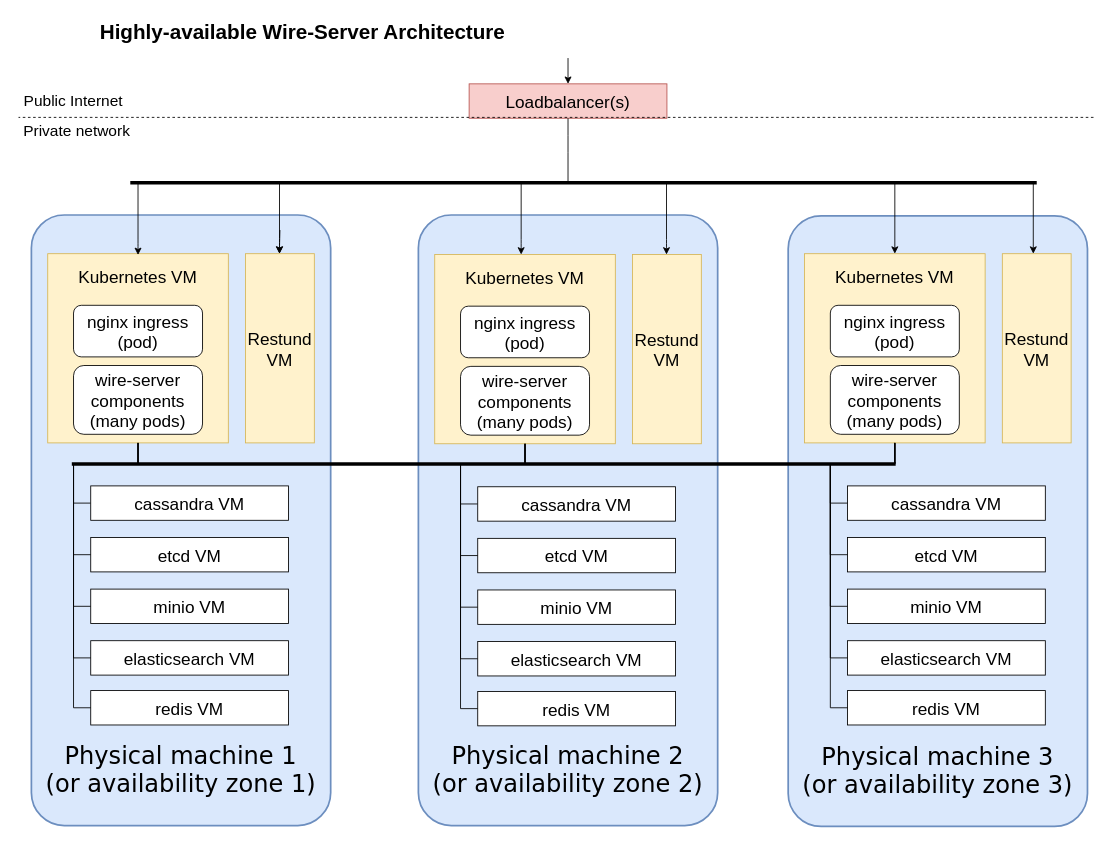
Earlier version of the draw.io diagram source/how-to/install/img/architecture-server-ha.drawio (wireapp/wire-docs). Source tidied: cells renumbered, new cells numbered last; positions are measured from the earlier drawing's top-left corner, leaving out a move shared by most shapes. Both pictures are drawn from the tidied source at 86%, with x=0, y=0 at pixel (15, 15).
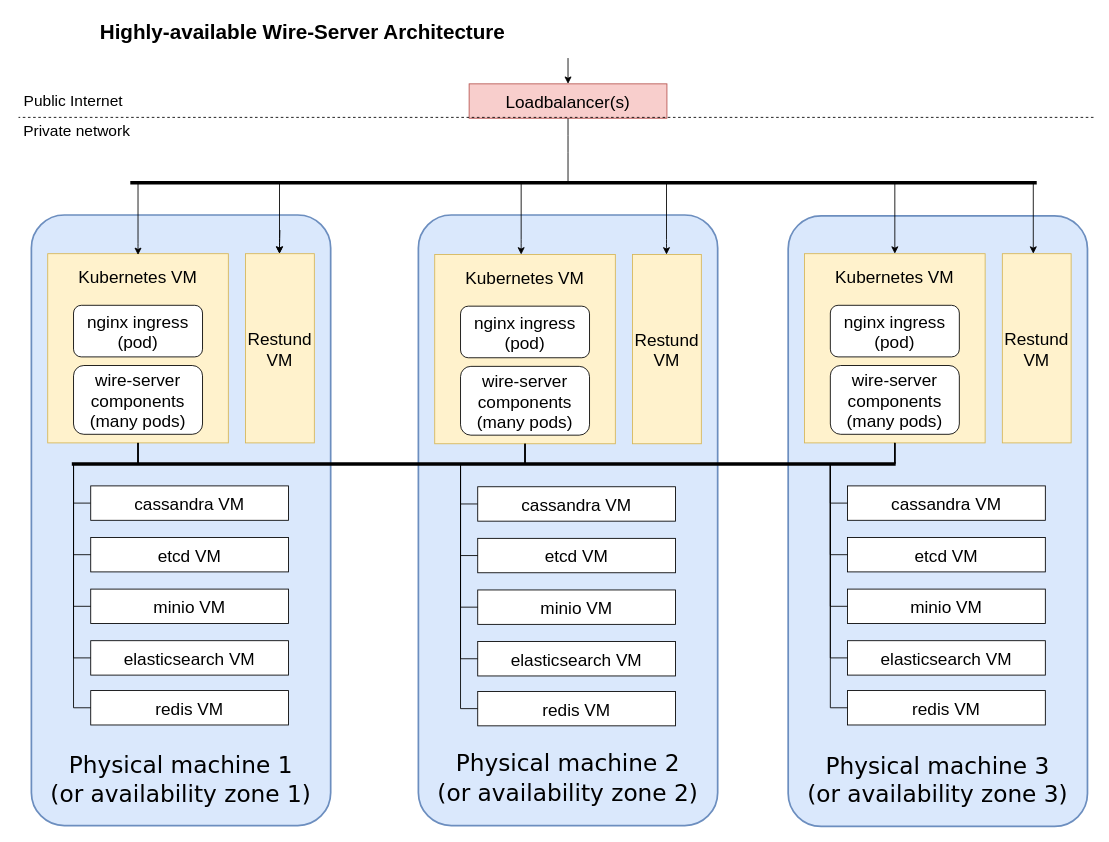
After the change.

The edit, as a diff of the source:
```diff
@@
-    <mxCell id="3" value="&lt;br&gt;&lt;div&gt;&lt;br&gt;&lt;/div&gt;&lt;div&gt;&lt;br&gt;&lt;/div&gt;&lt;div&gt;&lt;br&gt;&lt;/div&gt;&lt;div&gt;&lt;br&gt;&lt;/div&gt;&lt;div&gt;&lt;br&gt;&lt;/div&gt;&lt;div&gt;&lt;br&gt;&lt;/div&gt;&lt;div&gt;&lt;br&gt;&lt;/div&gt;&lt;div&gt;&lt;br&gt;&lt;/div&gt;&lt;div&gt;&lt;br&gt;&lt;/div&gt;&lt;div&gt;&lt;br&gt;&lt;/div&gt;&lt;div&gt;&lt;br&gt;&lt;/div&gt;&lt;div&gt;&lt;br&gt;&lt;/div&gt;&lt;div&gt;&lt;br&gt;&lt;/div&gt;&lt;div&gt;&lt;br&gt;&lt;/div&gt;&lt;div&gt;&lt;br&gt;&lt;/div&gt;&lt;div&gt;&lt;br&gt;&lt;/div&gt;&lt;div&gt;&lt;br&gt;&lt;/div&gt;&lt;div&gt;Physical machine 1&lt;/div&gt;(or availability zone 1)" style="rounded=1;whiteSpace=wrap;html=1;shadow=0;comic=0;strokeColor=#6c8ebf;strokeWidth=2;fillColor=#dae8fc;fontFamily=Verdana;fontSize=28;align=center;arcSize=11;verticalAlign=top;" parent="1" vertex="1">
+    <mxCell id="3" value="&lt;font style=&quot;font-size: 27px&quot;&gt;&lt;br&gt;&lt;/font&gt;&lt;div style=&quot;font-size: 27px&quot;&gt;&lt;font style=&quot;font-size: 27px&quot;&gt;&lt;br&gt;&lt;/font&gt;&lt;/div&gt;&lt;div style=&quot;font-size: 27px&quot;&gt;&lt;font style=&quot;font-size: 27px&quot;&gt;&lt;br&gt;&lt;/font&gt;&lt;/div&gt;&lt;div style=&quot;font-size: 27px&quot;&gt;&lt;font style=&quot;font-size: 27px&quot;&gt;&lt;br&gt;&lt;/font&gt;&lt;/div&gt;&lt;div style=&quot;font-size: 27px&quot;&gt;&lt;font style=&quot;font-size: 27px&quot;&gt;&lt;br&gt;&lt;/font&gt;&lt;/div&gt;&lt;div style=&quot;font-size: 27px&quot;&gt;&lt;font style=&quot;font-size: 27px&quot;&gt;&lt;br&gt;&lt;/font&gt;&lt;/div&gt;&lt;div style=&quot;font-size: 27px&quot;&gt;&lt;font style=&quot;font-size: 27px&quot;&gt;&lt;br&gt;&lt;/font&gt;&lt;/div&gt;&lt;div style=&quot;font-size: 27px&quot;&gt;&lt;font style=&quot;font-size: 27px&quot;&gt;&lt;br&gt;&lt;/font&gt;&lt;/div&gt;&lt;div style=&quot;font-size: 27px&quot;&gt;&lt;font style=&quot;font-size: 27px&quot;&gt;&lt;br&gt;&lt;/font&gt;&lt;/div&gt;&lt;div style=&quot;font-size: 27px&quot;&gt;&lt;font style=&quot;font-size: 27px&quot;&gt;&lt;br&gt;&lt;/font&gt;&lt;/div&gt;&lt;div style=&quot;font-size: 27px&quot;&gt;&lt;font style=&quot;font-size: 27px&quot;&gt;&lt;br&gt;&lt;/font&gt;&lt;/div&gt;&lt;div style=&quot;font-size: 27px&quot;&gt;&lt;font style=&quot;font-size: 27px&quot;&gt;&lt;br&gt;&lt;/font&gt;&lt;/div&gt;&lt;div style=&quot;font-size: 27px&quot;&gt;&lt;font style=&quot;font-size: 27px&quot;&gt;&lt;br&gt;&lt;/font&gt;&lt;/div&gt;&lt;div style=&quot;font-size: 27px&quot;&gt;&lt;font style=&quot;font-size: 27px&quot;&gt;&lt;br&gt;&lt;/font&gt;&lt;/div&gt;&lt;div style=&quot;font-size: 27px&quot;&gt;&lt;font style=&quot;font-size: 27px&quot;&gt;&lt;br&gt;&lt;/font&gt;&lt;/div&gt;&lt;div style=&quot;font-size: 27px&quot;&gt;&lt;font style=&quot;font-size: 27px&quot;&gt;&lt;br&gt;&lt;/font&gt;&lt;/div&gt;&lt;div style=&quot;font-size: 27px&quot;&gt;&lt;font style=&quot;font-size: 27px&quot;&gt;&lt;br&gt;&lt;/font&gt;&lt;/div&gt;&lt;div style=&quot;font-size: 27px&quot;&gt;&lt;font style=&quot;font-size: 27px&quot;&gt;&lt;br&gt;&lt;/font&gt;&lt;/div&gt;&lt;div style=&quot;font-size: 27px&quot;&gt;&lt;font style=&quot;font-size: 27px&quot;&gt;&lt;br&gt;&lt;/font&gt;&lt;/div&gt;&lt;div style=&quot;font-size: 27px&quot;&gt;&lt;font style=&quot;font-size: 27px&quot;&gt;Physical machine 1&lt;/font&gt;&lt;/div&gt;&lt;font style=&quot;font-size: 27px&quot;&gt;(or availability zone 1)&lt;/font&gt;" style="rounded=1;whiteSpace=wrap;html=1;shadow=0;comic=0;strokeColor=#6c8ebf;strokeWidth=2;fillColor=#dae8fc;fontFamily=Verdana;fontSize=28;align=center;arcSize=11;verticalAlign=top;" parent="1" vertex="1">
       <mxGeometry x="19" y="232.5" width="348" height="710" as="geometry" />
     </mxCell>
@@
-    <mxCell id="18" value="&lt;div&gt;&lt;br&gt;&lt;/div&gt;&lt;div&gt;&lt;br&gt;&lt;/div&gt;&lt;div&gt;&lt;br&gt;&lt;/div&gt;&lt;div&gt;&lt;br&gt;&lt;/div&gt;&lt;div&gt;&lt;br&gt;&lt;/div&gt;&lt;div&gt;&lt;br&gt;&lt;/div&gt;&lt;div&gt;&lt;br&gt;&lt;/div&gt;&lt;div&gt;&lt;br&gt;&lt;/div&gt;&lt;div&gt;&lt;br&gt;&lt;/div&gt;&lt;div&gt;&lt;br&gt;&lt;/div&gt;&lt;div&gt;&lt;br&gt;&lt;/div&gt;&lt;div&gt;&lt;br&gt;&lt;/div&gt;&lt;div&gt;&lt;br&gt;&lt;/div&gt;&lt;div&gt;&lt;br&gt;&lt;/div&gt;&lt;div&gt;&lt;br&gt;&lt;/div&gt;&lt;div&gt;&lt;br&gt;&lt;/div&gt;&lt;div&gt;&lt;br&gt;&lt;/div&gt;&lt;div&gt;&lt;br&gt;&lt;/div&gt;&lt;div&gt;Physical machine 2&lt;/div&gt;(or availability zone 2)" style="rounded=1;whiteSpace=wrap;html=1;shadow=0;comic=0;strokeColor=#6c8ebf;strokeWidth=2;fillColor=#dae8fc;fontFamily=Verdana;fontSize=28;align=center;arcSize=11;verticalAlign=top;" parent="1" vertex="1">
+    <mxCell id="18" value="&lt;div style=&quot;font-size: 27px&quot;&gt;&lt;font style=&quot;font-size: 27px&quot;&gt;&lt;br&gt;&lt;/font&gt;&lt;/div&gt;&lt;div style=&quot;font-size: 27px&quot;&gt;&lt;font style=&quot;font-size: 27px&quot;&gt;&lt;br&gt;&lt;/font&gt;&lt;/div&gt;&lt;div style=&quot;font-size: 27px&quot;&gt;&lt;font style=&quot;font-size: 27px&quot;&gt;&lt;br&gt;&lt;/font&gt;&lt;/div&gt;&lt;div style=&quot;font-size: 27px&quot;&gt;&lt;font style=&quot;font-size: 27px&quot;&gt;&lt;br&gt;&lt;/font&gt;&lt;/div&gt;&lt;div style=&quot;font-size: 27px&quot;&gt;&lt;font style=&quot;font-size: 27px&quot;&gt;&lt;br&gt;&lt;/font&gt;&lt;/div&gt;&lt;div style=&quot;font-size: 27px&quot;&gt;&lt;font style=&quot;font-size: 27px&quot;&gt;&lt;br&gt;&lt;/font&gt;&lt;/div&gt;&lt;div style=&quot;font-size: 27px&quot;&gt;&lt;font style=&quot;font-size: 27px&quot;&gt;&lt;br&gt;&lt;/font&gt;&lt;/div&gt;&lt;div style=&quot;font-size: 27px&quot;&gt;&lt;font style=&quot;font-size: 27px&quot;&gt;&lt;br&gt;&lt;/font&gt;&lt;/div&gt;&lt;div style=&quot;font-size: 27px&quot;&gt;&lt;font style=&quot;font-size: 27px&quot;&gt;&lt;br&gt;&lt;/font&gt;&lt;/div&gt;&lt;div style=&quot;font-size: 27px&quot;&gt;&lt;font style=&quot;font-size: 27px&quot;&gt;&lt;br&gt;&lt;/font&gt;&lt;/div&gt;&lt;div style=&quot;font-size: 27px&quot;&gt;&lt;font style=&quot;font-size: 27px&quot;&gt;&lt;br&gt;&lt;/font&gt;&lt;/div&gt;&lt;div style=&quot;font-size: 27px&quot;&gt;&lt;font style=&quot;font-size: 27px&quot;&gt;&lt;br&gt;&lt;/font&gt;&lt;/div&gt;&lt;div style=&quot;font-size: 27px&quot;&gt;&lt;font style=&quot;font-size: 27px&quot;&gt;&lt;br&gt;&lt;/font&gt;&lt;/div&gt;&lt;div style=&quot;font-size: 27px&quot;&gt;&lt;font style=&quot;font-size: 27px&quot;&gt;&lt;br&gt;&lt;/font&gt;&lt;/div&gt;&lt;div style=&quot;font-size: 27px&quot;&gt;&lt;font style=&quot;font-size: 27px&quot;&gt;&lt;br&gt;&lt;/font&gt;&lt;/div&gt;&lt;div style=&quot;font-size: 27px&quot;&gt;&lt;font style=&quot;font-size: 27px&quot;&gt;&lt;br&gt;&lt;/font&gt;&lt;/div&gt;&lt;div style=&quot;font-size: 27px&quot;&gt;&lt;font style=&quot;font-size: 27px&quot;&gt;&lt;br&gt;&lt;/font&gt;&lt;/div&gt;&lt;div style=&quot;font-size: 27px&quot;&gt;&lt;font style=&quot;font-size: 27px&quot;&gt;&lt;br&gt;&lt;/font&gt;&lt;/div&gt;&lt;div style=&quot;font-size: 27px&quot;&gt;&lt;font style=&quot;font-size: 27px&quot;&gt;&lt;br&gt;&lt;/font&gt;&lt;/div&gt;&lt;div style=&quot;font-size: 27px&quot;&gt;&lt;font style=&quot;font-size: 27px&quot;&gt;Physical machine 2&lt;/font&gt;&lt;/div&gt;&lt;font style=&quot;font-size: 27px&quot;&gt;(or availability zone 2)&lt;/font&gt;" style="rounded=1;whiteSpace=wrap;html=1;shadow=0;comic=0;strokeColor=#6c8ebf;strokeWidth=2;fillColor=#dae8fc;fontFamily=Verdana;fontSize=28;align=center;arcSize=11;verticalAlign=top;" parent="1" vertex="1">
       <mxGeometry x="469" y="232.5" width="348" height="710" as="geometry" />
     </mxCell>
@@
-    <mxCell id="33" value="&lt;br&gt;&lt;div&gt;&lt;br&gt;&lt;/div&gt;&lt;div&gt;&lt;br&gt;&lt;/div&gt;&lt;div&gt;&lt;br&gt;&lt;/div&gt;&lt;div&gt;&lt;br&gt;&lt;/div&gt;&lt;div&gt;&lt;br&gt;&lt;/div&gt;&lt;div&gt;&lt;br&gt;&lt;/div&gt;&lt;div&gt;&lt;br&gt;&lt;/div&gt;&lt;div&gt;&lt;br&gt;&lt;/div&gt;&lt;div&gt;&lt;br&gt;&lt;/div&gt;&lt;div&gt;&lt;br&gt;&lt;/div&gt;&lt;div&gt;&lt;br&gt;&lt;/div&gt;&lt;div&gt;&lt;br&gt;&lt;/div&gt;&lt;div&gt;&lt;br&gt;&lt;/div&gt;&lt;div&gt;&lt;br&gt;&lt;/div&gt;&lt;div&gt;&lt;br&gt;&lt;/div&gt;&lt;div&gt;&lt;br&gt;&lt;/div&gt;&lt;div&gt;&lt;br&gt;&lt;/div&gt;&lt;div&gt;Physical machine 3&lt;/div&gt;(or availability zone 3)" style="rounded=1;whiteSpace=wrap;html=1;shadow=0;comic=0;strokeColor=#6c8ebf;strokeWidth=2;fillColor=#dae8fc;fontFamily=Verdana;fontSize=28;align=center;arcSize=11;verticalAlign=top;" parent="1" vertex="1">
+    <mxCell id="33" value="&lt;font style=&quot;font-size: 27px&quot;&gt;&lt;br&gt;&lt;/font&gt;&lt;div style=&quot;font-size: 27px&quot;&gt;&lt;font style=&quot;font-size: 27px&quot;&gt;&lt;br&gt;&lt;/font&gt;&lt;/div&gt;&lt;div style=&quot;font-size: 27px&quot;&gt;&lt;font style=&quot;font-size: 27px&quot;&gt;&lt;br&gt;&lt;/font&gt;&lt;/div&gt;&lt;div style=&quot;font-size: 27px&quot;&gt;&lt;font style=&quot;font-size: 27px&quot;&gt;&lt;br&gt;&lt;/font&gt;&lt;/div&gt;&lt;div style=&quot;font-size: 27px&quot;&gt;&lt;font style=&quot;font-size: 27px&quot;&gt;&lt;br&gt;&lt;/font&gt;&lt;/div&gt;&lt;div style=&quot;font-size: 27px&quot;&gt;&lt;font style=&quot;font-size: 27px&quot;&gt;&lt;br&gt;&lt;/font&gt;&lt;/div&gt;&lt;div style=&quot;font-size: 27px&quot;&gt;&lt;font style=&quot;font-size: 27px&quot;&gt;&lt;br&gt;&lt;/font&gt;&lt;/div&gt;&lt;div style=&quot;font-size: 27px&quot;&gt;&lt;font style=&quot;font-size: 27px&quot;&gt;&lt;br&gt;&lt;/font&gt;&lt;/div&gt;&lt;div style=&quot;font-size: 27px&quot;&gt;&lt;font style=&quot;font-size: 27px&quot;&gt;&lt;br&gt;&lt;/font&gt;&lt;/div&gt;&lt;div style=&quot;font-size: 27px&quot;&gt;&lt;font style=&quot;font-size: 27px&quot;&gt;&lt;br&gt;&lt;/font&gt;&lt;/div&gt;&lt;div style=&quot;font-size: 27px&quot;&gt;&lt;font style=&quot;font-size: 27px&quot;&gt;&lt;br&gt;&lt;/font&gt;&lt;/div&gt;&lt;div style=&quot;font-size: 27px&quot;&gt;&lt;font style=&quot;font-size: 27px&quot;&gt;&lt;br&gt;&lt;/font&gt;&lt;/div&gt;&lt;div style=&quot;font-size: 27px&quot;&gt;&lt;font style=&quot;font-size: 27px&quot;&gt;&lt;br&gt;&lt;/font&gt;&lt;/div&gt;&lt;div style=&quot;font-size: 27px&quot;&gt;&lt;font style=&quot;font-size: 27px&quot;&gt;&lt;br&gt;&lt;/font&gt;&lt;/div&gt;&lt;div style=&quot;font-size: 27px&quot;&gt;&lt;font style=&quot;font-size: 27px&quot;&gt;&lt;br&gt;&lt;/font&gt;&lt;/div&gt;&lt;div style=&quot;font-size: 27px&quot;&gt;&lt;font style=&quot;font-size: 27px&quot;&gt;&lt;br&gt;&lt;/font&gt;&lt;/div&gt;&lt;div style=&quot;font-size: 27px&quot;&gt;&lt;font style=&quot;font-size: 27px&quot;&gt;&lt;br&gt;&lt;/font&gt;&lt;/div&gt;&lt;div style=&quot;font-size: 27px&quot;&gt;&lt;font style=&quot;font-size: 27px&quot;&gt;&lt;br&gt;&lt;/font&gt;&lt;/div&gt;&lt;div style=&quot;font-size: 27px&quot;&gt;&lt;font style=&quot;font-size: 27px&quot;&gt;&lt;br&gt;&lt;/font&gt;&lt;/div&gt;&lt;div style=&quot;font-size: 27px&quot;&gt;&lt;font style=&quot;font-size: 27px&quot;&gt;Physical machine 3&lt;/font&gt;&lt;/div&gt;&lt;font style=&quot;font-size: 27px&quot;&gt;(or availability zone 3)&lt;/font&gt;" style="rounded=1;whiteSpace=wrap;html=1;shadow=0;comic=0;strokeColor=#6c8ebf;strokeWidth=2;fillColor=#dae8fc;fontFamily=Verdana;fontSize=28;align=center;arcSize=11;verticalAlign=top;" parent="1" vertex="1">
       <mxGeometry x="899" y="233.5" width="348" height="710" as="geometry" />
     </mxCell>
```
